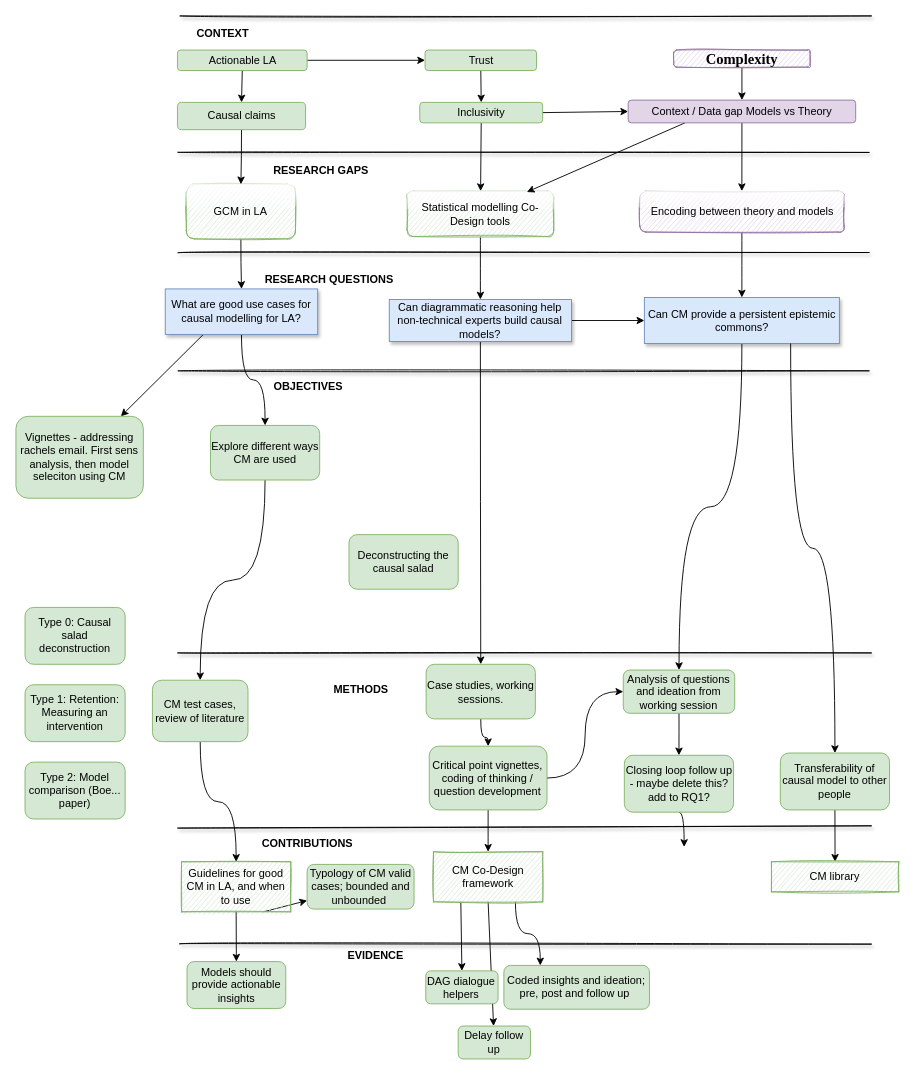
benwhicks/phd keeps this draw.io diagram as page "Page-5" (5 of 5) of Thesis diagram.drawio. Above is the earlier version. Source tidied: cells renumbered, new cells numbered last; positions are measured from the earlier drawing's top-left corner, leaving out a move shared by most shapes. Both pictures are drawn from the tidied source at 91%, with x=0, y=0 at pixel (15, 15).
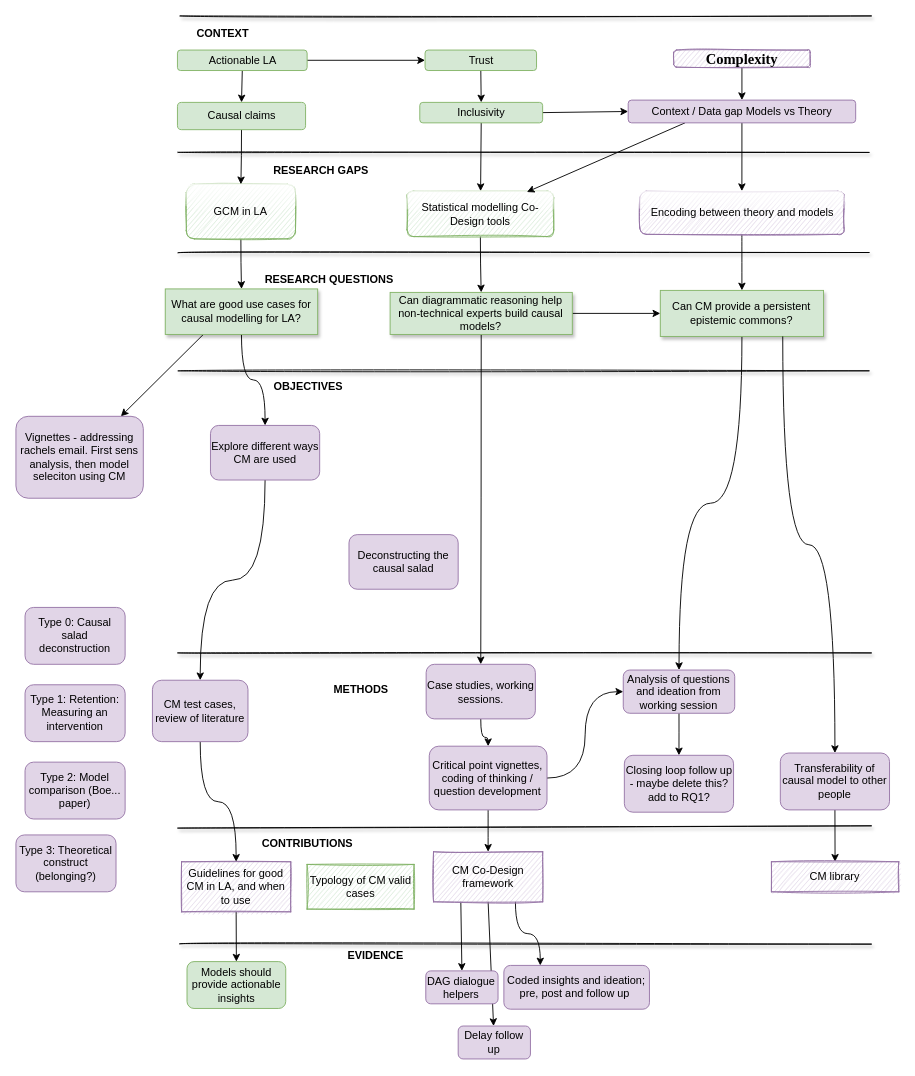
After the change.

Diff of the diagram source:
```diff
@@
-    <mxCell id="6" value="Can CM provide a persistent epistemic commons?" style="rounded=0;whiteSpace=wrap;html=1;fillColor=#dae8fc;strokeColor=#6c8ebf;glass=0;sketch=0;shadow=1;" parent="1" vertex="1">
-      <mxGeometry x="690.6" y="309.4" width="214.3" height="50.6" as="geometry" />
+    <mxCell id="6" value="Can CM provide a persistent epistemic commons?" style="rounded=0;whiteSpace=wrap;html=1;fillColor=#d5e8d4;strokeColor=#82b366;glass=0;sketch=0;shadow=1;" parent="1" vertex="1">
+      <mxGeometry x="708.1" y="301.6" width="179.4" height="50.6" as="geometry" />
     </mxCell>
@@
-    <mxCell id="8" value="Analysis of questions and ideation from working session" style="rounded=1;whiteSpace=wrap;html=1;fillColor=#d5e8d4;strokeColor=#82b366;" parent="1" vertex="1">
+    <mxCell id="8" value="Analysis of questions and ideation from working session" style="rounded=1;whiteSpace=wrap;html=1;fillColor=#e1d5e7;strokeColor=#9673a6;" parent="1" vertex="1">
       <mxGeometry x="667.4" y="718.8" width="122.5" height="47.5" as="geometry" />
     </mxCell>
@@
     <mxCell id="12" value="Encoding between theory and models" style="rounded=1;whiteSpace=wrap;html=1;fillColor=#e1d5e7;strokeColor=#9673a6;glass=1;sketch=1;" parent="1" vertex="1">
-      <mxGeometry x="685.5" y="192.5" width="224.5" height="45" as="geometry" />
+      <mxGeometry x="685.5" y="192.5" width="224.5" height="47.5" as="geometry" />
     </mxCell>
@@
-    <mxCell id="17" value="Can diagrammatic reasoning help non-technical experts build causal models?" style="rounded=0;whiteSpace=wrap;html=1;fillColor=#dae8fc;strokeColor=#6c8ebf;sketch=0;shadow=1;" parent="1" vertex="1">
-      <mxGeometry x="410.3" y="311.6" width="200.2" height="46.2" as="geometry" />
+    <mxCell id="17" value="Can diagrammatic reasoning help non-technical experts build causal models?" style="rounded=0;whiteSpace=wrap;html=1;fillColor=#d5e8d4;strokeColor=#82b366;sketch=0;shadow=1;" parent="1" vertex="1">
+      <mxGeometry x="411.2" y="303.8" width="200.2" height="46.2" as="geometry" />
     </mxCell>
@@
-    <mxCell id="26" value="What are good use cases for causal modelling for LA?" style="whiteSpace=wrap;html=1;fillColor=#dae8fc;strokeColor=#6c8ebf;sketch=0;shadow=1;" parent="1" vertex="1">
+    <mxCell id="26" value="What are good use cases for causal modelling for LA?" style="whiteSpace=wrap;html=1;fillColor=#d5e8d4;strokeColor=#82b366;sketch=0;shadow=1;" parent="1" vertex="1">
       <mxGeometry x="164.1" y="300" width="167.5" height="50" as="geometry" />
     </mxCell>
@@
-    <mxCell id="28" value="Explore different ways CM are used" style="rounded=1;whiteSpace=wrap;html=1;sketch=0;shadow=0;glass=0;fillColor=#d5e8d4;strokeColor=#82b366;" parent="1" vertex="1">
+    <mxCell id="28" value="Explore different ways CM are used" style="rounded=1;whiteSpace=wrap;html=1;sketch=0;shadow=0;glass=0;fillColor=#e1d5e7;strokeColor=#9673a6;" parent="1" vertex="1">
       <mxGeometry x="213.8" y="450" width="120" height="60" as="geometry" />
     </mxCell>
@@
-    <mxCell id="30" value="CM test cases, review of literature" style="rounded=1;whiteSpace=wrap;html=1;sketch=0;fillColor=#d5e8d4;strokeColor=#82b366;gradientColor=none;shadow=0;" parent="1" vertex="1">
+    <mxCell id="30" value="CM test cases, review of literature" style="rounded=1;whiteSpace=wrap;html=1;sketch=0;fillColor=#e1d5e7;strokeColor=#9673a6;shadow=0;" parent="1" vertex="1">
       <mxGeometry x="150" y="730" width="105" height="67.5" as="geometry" />
     </mxCell>
@@
-    <mxCell id="32" value="Case studies, working sessions." style="rounded=1;whiteSpace=wrap;html=1;fillColor=#d5e8d4;strokeColor=#82b366;" parent="1" vertex="1">
+    <mxCell id="32" value="Case studies, working sessions." style="rounded=1;whiteSpace=wrap;html=1;fillColor=#e1d5e7;strokeColor=#9673a6;" parent="1" vertex="1">
       <mxGeometry x="450.8" y="712.5" width="120" height="60" as="geometry" />
     </mxCell>
@@
-    <mxCell id="36" style="edgeStyle=orthogonalEdgeStyle;curved=1;rounded=0;sketch=0;jettySize=auto;html=1;exitX=0.5;exitY=1;exitDx=0;exitDy=0;startArrow=none;startFill=0;endArrow=classic;endFill=1;entryX=0.5;entryY=0;entryDx=0;entryDy=0;" parent="1" edge="1" source="37">
-      <mxGeometry relative="1" as="geometry">
-        <mxPoint x="734.3" y="913.2" as="targetPoint" />
-      </mxGeometry>
-    </mxCell>
-    <mxCell id="37" value="Closing loop follow up - maybe delete this? add to RQ1?" style="whiteSpace=wrap;html=1;rounded=1;shadow=0;glass=0;sketch=0;fillColor=#d5e8d4;strokeColor=#82b366;" parent="1" vertex="1">
+    <mxCell id="37" value="Closing loop follow up - maybe delete this? add to RQ1?" style="whiteSpace=wrap;html=1;rounded=1;shadow=0;glass=0;sketch=0;fillColor=#e1d5e7;strokeColor=#9673a6;" parent="1" vertex="1">
       <mxGeometry x="668.6" y="812.5" width="120" height="62.5" as="geometry" />
     </mxCell>
@@
-    <mxCell id="40" value="Critical point vignettes, coding of thinking / question development" style="whiteSpace=wrap;html=1;rounded=1;shadow=0;glass=0;sketch=0;fillColor=#d5e8d4;strokeColor=#82b366;" parent="1" vertex="1">
+    <mxCell id="40" value="Critical point vignettes, coding of thinking / question development" style="whiteSpace=wrap;html=1;rounded=1;shadow=0;glass=0;sketch=0;fillColor=#e1d5e7;strokeColor=#9673a6;" parent="1" vertex="1">
       <mxGeometry x="454.2" y="802.5" width="129.4" height="70" as="geometry" />
     </mxCell>
@@
-    <mxCell id="58" value="CM Co-Design framework" style="whiteSpace=wrap;html=1;rounded=0;shadow=0;glass=0;sketch=1;fillColor=#d5e8d4;strokeColor=#82b366;" parent="1" vertex="1">
+    <mxCell id="58" value="CM Co-Design framework" style="whiteSpace=wrap;html=1;rounded=0;shadow=0;glass=0;sketch=1;fillColor=#e1d5e7;strokeColor=#9673a6;" parent="1" vertex="1">
       <mxGeometry x="458.9" y="918.5" width="120" height="55" as="geometry" />
     </mxCell>
@@
-    <mxCell id="60" style="edgeStyle=none;rounded=0;jettySize=auto;html=1;exitX=0.75;exitY=1;exitDx=0;exitDy=0;" parent="1" edge="1" source="61" target="63">
-      <mxGeometry relative="1" as="geometry" />
-    </mxCell>
-    <mxCell id="61" value="Guidelines for good CM in LA, and when to use" style="whiteSpace=wrap;html=1;rounded=0;shadow=0;glass=0;sketch=1;fillColor=#d5e8d4;strokeColor=#82b366;" parent="1" vertex="1">
+    <mxCell id="61" value="Guidelines for good CM in LA, and when to use" style="whiteSpace=wrap;html=1;rounded=0;shadow=0;glass=0;sketch=1;fillColor=#e1d5e7;strokeColor=#9673a6;" parent="1" vertex="1">
       <mxGeometry x="182" y="929.5" width="120" height="55" as="geometry" />
     </mxCell>
@@
-    <mxCell id="63" value="Typology of CM valid cases; bounded and unbounded&amp;nbsp;" style="rounded=1;whiteSpace=wrap;html=1;sketch=0;fillColor=#d5e8d4;strokeColor=#82b366;gradientColor=none;shadow=0;" parent="1" vertex="1">
+    <mxCell id="63" value="Typology of CM valid cases" style="rounded=0;whiteSpace=wrap;html=1;sketch=1;fillColor=#d5e8d4;strokeColor=#82b366;shadow=0;" parent="1" vertex="1">
       <mxGeometry x="320" y="932.4" width="117.5" height="49.1" as="geometry" />
     </mxCell>
-    <mxCell id="64" value="DAG dialogue helpers" style="rounded=1;whiteSpace=wrap;html=1;sketch=0;fillColor=#d5e8d4;strokeColor=#82b366;gradientColor=none;shadow=0;" parent="1" vertex="1">
+    <mxCell id="64" value="DAG dialogue helpers" style="rounded=1;whiteSpace=wrap;html=1;sketch=0;fillColor=#e1d5e7;strokeColor=#9673a6;shadow=0;" parent="1" vertex="1">
       <mxGeometry x="450.4" y="1049.4" width="79.4" height="36.2" as="geometry" />
     </mxCell>
-    <mxCell id="65" value="Coded insights and ideation; pre, post and follow up&amp;nbsp;" style="rounded=1;whiteSpace=wrap;html=1;sketch=0;fillColor=#d5e8d4;strokeColor=#82b366;gradientColor=none;shadow=0;" parent="1" vertex="1">
+    <mxCell id="65" value="Coded insights and ideation; pre, post and follow up&amp;nbsp;" style="rounded=1;whiteSpace=wrap;html=1;sketch=0;fillColor=#e1d5e7;strokeColor=#9673a6;shadow=0;" parent="1" vertex="1">
       <mxGeometry x="536.2" y="1043.4" width="160" height="48.1" as="geometry" />
     </mxCell>
@@
-    <mxCell id="67" value="Transferability of causal model to other people" style="whiteSpace=wrap;html=1;rounded=1;shadow=0;glass=0;sketch=0;fillColor=#d5e8d4;strokeColor=#82b366;" parent="1" vertex="1">
+    <mxCell id="67" value="Transferability of causal model to other people" style="whiteSpace=wrap;html=1;rounded=1;shadow=0;glass=0;sketch=0;fillColor=#e1d5e7;strokeColor=#9673a6;" parent="1" vertex="1">
       <mxGeometry x="840" y="810" width="120" height="62.5" as="geometry" />
     </mxCell>
@@
-    <mxCell id="69" value="CM library" style="whiteSpace=wrap;html=1;rounded=0;shadow=0;glass=0;sketch=1;fillColor=#d5e8d4;strokeColor=#82b366;" parent="1" vertex="1">
+    <mxCell id="69" value="CM library" style="whiteSpace=wrap;html=1;rounded=0;shadow=0;glass=0;sketch=1;fillColor=#e1d5e7;strokeColor=#9673a6;" parent="1" vertex="1">
       <mxGeometry x="830.2" y="929.5" width="140" height="33" as="geometry" />
     </mxCell>
-    <mxCell id="70" value="Vignettes - addressing rachels email. First sens analysis, then model seleciton using CM" style="whiteSpace=wrap;html=1;rounded=1;shadow=0;glass=0;sketch=0;fillColor=#d5e8d4;strokeColor=#82b366;" parent="1" vertex="1">
+    <mxCell id="70" value="Vignettes - addressing rachels email. First sens analysis, then model seleciton using CM" style="whiteSpace=wrap;html=1;rounded=1;shadow=0;glass=0;sketch=0;fillColor=#e1d5e7;strokeColor=#9673a6;" parent="1" vertex="1">
       <mxGeometry y="440" width="140" height="90" as="geometry" />
     </mxCell>
@@
-    <mxCell id="76" value="Delay follow up" style="rounded=1;whiteSpace=wrap;html=1;sketch=0;fillColor=#d5e8d4;strokeColor=#82b366;gradientColor=none;shadow=0;" parent="1" vertex="1">
+    <mxCell id="76" value="Delay follow up" style="rounded=1;whiteSpace=wrap;html=1;sketch=0;fillColor=#e1d5e7;strokeColor=#9673a6;shadow=0;" parent="1" vertex="1">
       <mxGeometry x="486" y="1110" width="79.4" height="36.2" as="geometry" />
     </mxCell>
-    <mxCell id="77" value="Deconstructing the causal salad" style="rounded=1;whiteSpace=wrap;html=1;fillColor=#d5e8d4;strokeColor=#82b366;" parent="1" vertex="1">
+    <mxCell id="77" value="Deconstructing the causal salad" style="rounded=1;whiteSpace=wrap;html=1;fillColor=#e1d5e7;strokeColor=#9673a6;" parent="1" vertex="1">
       <mxGeometry x="366" y="570" width="120" height="60" as="geometry" />
     </mxCell>
-    <mxCell id="78" value="Type 1: Retention: Measuring an intervention" style="rounded=1;whiteSpace=wrap;html=1;fillColor=#d5e8d4;strokeColor=#82b366;" parent="1" vertex="1">
+    <mxCell id="78" value="Type 1: Retention: Measuring an intervention" style="rounded=1;whiteSpace=wrap;html=1;fillColor=#e1d5e7;strokeColor=#9673a6;" parent="1" vertex="1">
       <mxGeometry x="10" y="735" width="110" height="62.5" as="geometry" />
     </mxCell>
-    <mxCell id="79" value="Type 2: Model comparison (Boe... paper)" style="rounded=1;whiteSpace=wrap;html=1;fillColor=#d5e8d4;strokeColor=#82b366;" parent="1" vertex="1">
+    <mxCell id="79" value="Type 2: Model comparison (Boe... paper)" style="rounded=1;whiteSpace=wrap;html=1;fillColor=#e1d5e7;strokeColor=#9673a6;" parent="1" vertex="1">
       <mxGeometry x="10" y="820" width="110" height="62.5" as="geometry" />
     </mxCell>
-    <mxCell id="80" value="Type 0: Causal salad deconstruction" style="rounded=1;whiteSpace=wrap;html=1;fillColor=#d5e8d4;strokeColor=#82b366;" parent="1" vertex="1">
+    <mxCell id="80" value="Type 0: Causal salad deconstruction" style="rounded=1;whiteSpace=wrap;html=1;fillColor=#e1d5e7;strokeColor=#9673a6;" parent="1" vertex="1">
       <mxGeometry x="10" y="650" width="110" height="62.5" as="geometry" />
     </mxCell>
+    <mxCell id="81" value="Type 3: Theoretical construct (belonging?)" style="rounded=1;whiteSpace=wrap;html=1;fillColor=#e1d5e7;strokeColor=#9673a6;" parent="1" vertex="1">
+      <mxGeometry y="900" width="110" height="62.5" as="geometry" />
+    </mxCell>
```
